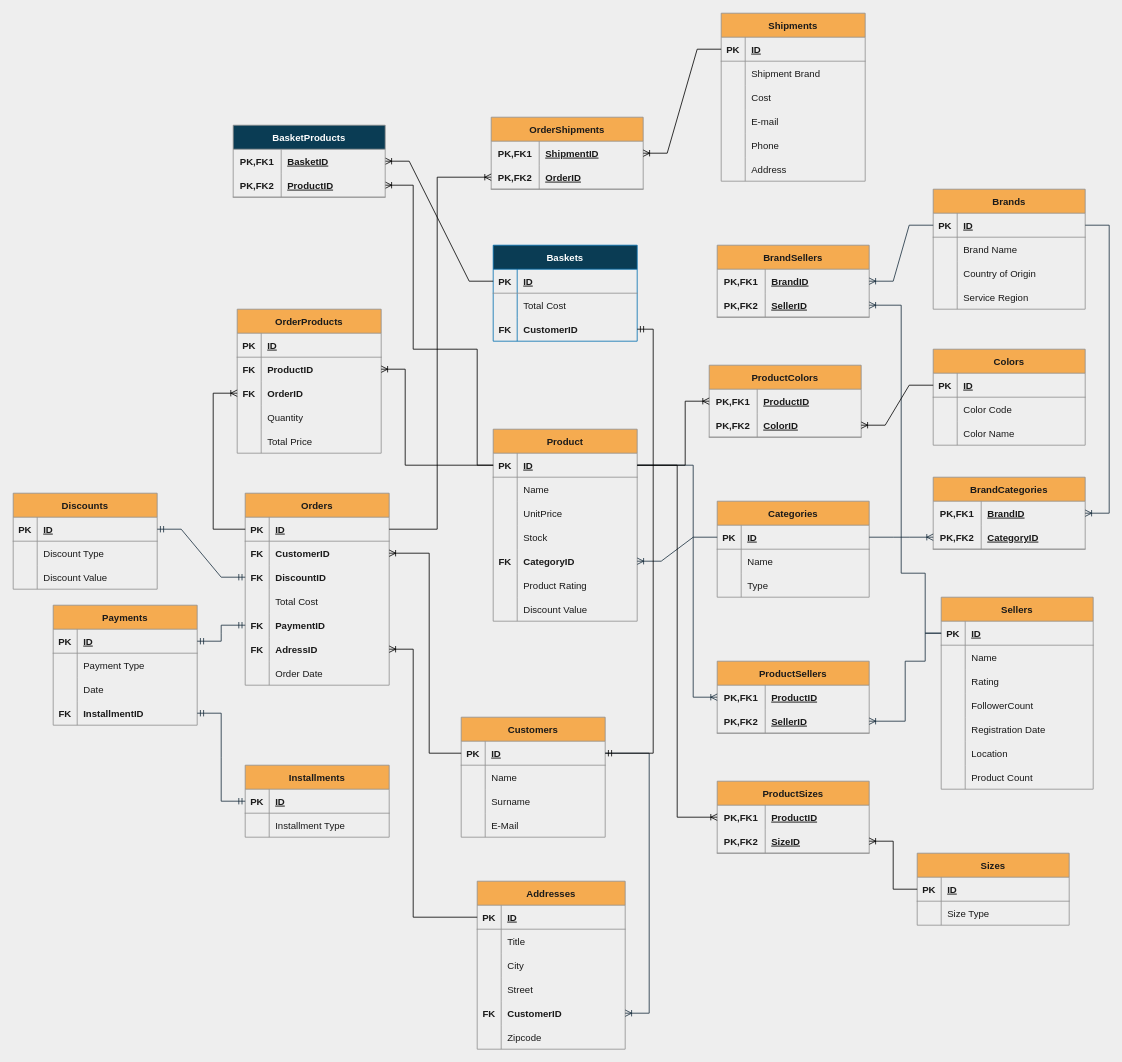
Before: page "Page-1" (1 of 2) of Pair4_ERdiagram.drawio in GGBebe/SQL, a draw.io diagram. Source tidied: cells renumbered, new cells numbered last; positions are measured from the earlier drawing's top-left corner, leaving out a move shared by most shapes. Both pictures are drawn from the tidied source at 80%, with x=0, y=0 at pixel (13, 13).
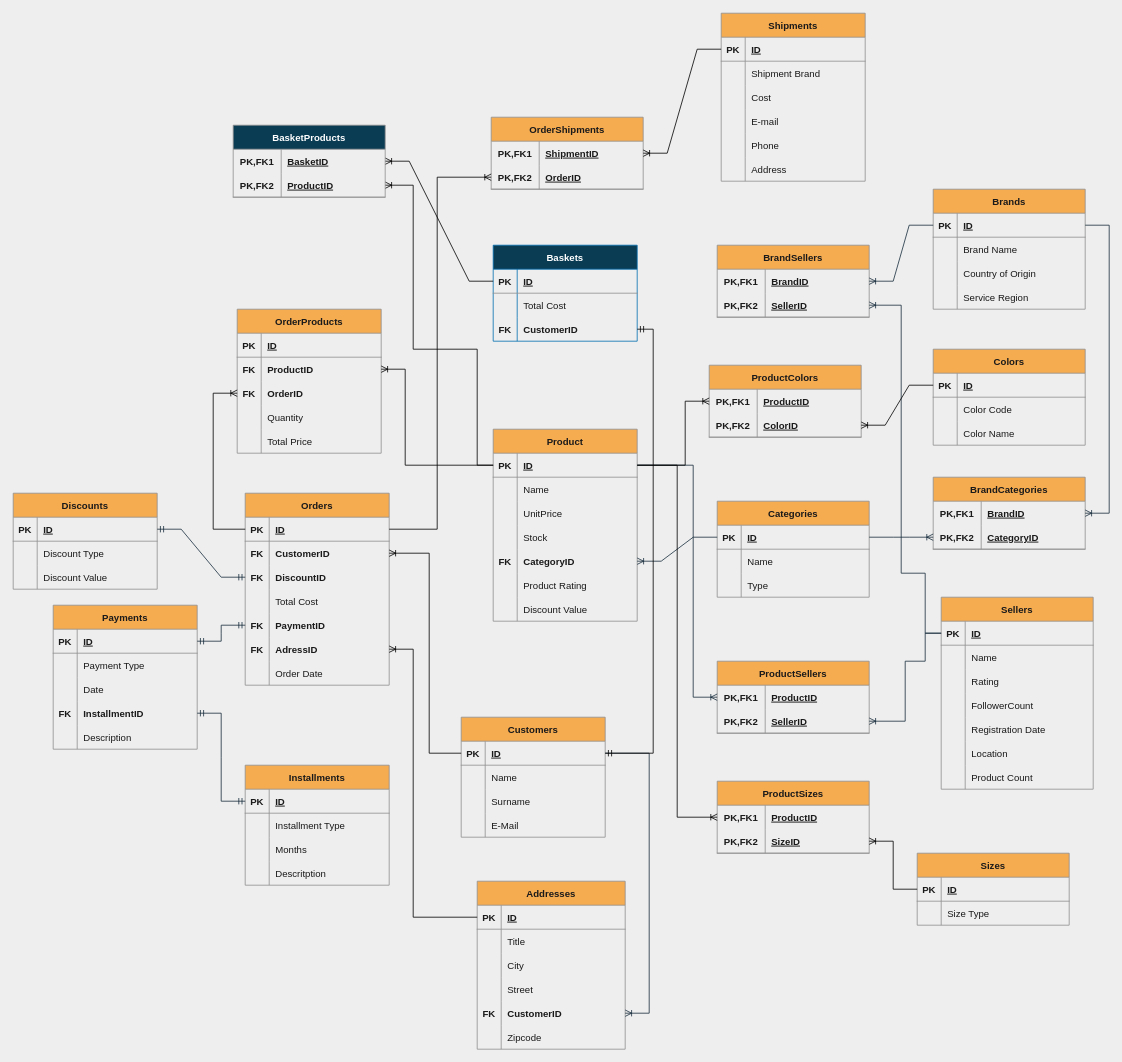
The same diagram, later.

What changed in the source:
```diff
@@
     <mxCell id="181" value="Payments" style="shape=table;startSize=30;childLayout=tableLayout;rowLines=0;fontStyle=1;align=center;fillColor=#F5AB50;strokeColor=#909090;fontColor=#1A1A1A;" parent="1" vertex="1">
-      <mxGeometry x="50" y="740" width="180" height="150" as="geometry" />
+      <mxGeometry x="50" y="740" width="180" height="180" as="geometry" />
     </mxCell>
@@
+    <mxCell id="288" style="shape=tableRow;horizontal=0;startSize=0;swimlaneHead=0;swimlaneBody=0;fillColor=none;top=0;left=0;right=0;bottom=0;strokeColor=#909090;fontColor=#1A1A1A;" parent="181" vertex="1">
+      <mxGeometry y="150" width="180" height="30" as="geometry" />
+    </mxCell>
+    <mxCell id="289" style="shape=partialRectangle;fillColor=none;top=0;left=0;bottom=0;right=0;overflow=hidden;strokeColor=#909090;fontColor=#1A1A1A;" parent="288" vertex="1">
+      <mxGeometry width="30" height="30" as="geometry" />
+    </mxCell>
+    <mxCell id="290" value="Description" style="shape=partialRectangle;fillColor=none;top=0;left=0;bottom=0;right=0;align=left;spacingLeft=6;overflow=hidden;strokeColor=#909090;fontColor=#1A1A1A;" parent="288" vertex="1">
+      <mxGeometry x="30" width="150" height="30" as="geometry" />
+    </mxCell>
@@
     <mxCell id="206" value="Installments" style="shape=table;startSize=30;childLayout=tableLayout;rowLines=0;fontStyle=1;align=center;fillColor=#F5AB50;strokeColor=#909090;fontColor=#1A1A1A;" parent="1" vertex="1">
-      <mxGeometry x="290" y="940" width="180" height="90" as="geometry" />
+      <mxGeometry x="290" y="940" width="180" height="150" as="geometry" />
     </mxCell>
@@
+    <mxCell id="291" style="shape=tableRow;horizontal=0;startSize=0;swimlaneHead=0;swimlaneBody=0;fillColor=none;top=0;left=0;right=0;bottom=0;strokeColor=#909090;fontColor=#1A1A1A;" parent="206" vertex="1">
+      <mxGeometry y="90" width="180" height="30" as="geometry" />
+    </mxCell>
+    <mxCell id="292" style="shape=partialRectangle;fillColor=none;top=0;left=0;bottom=0;right=0;overflow=hidden;strokeColor=#909090;fontColor=#1A1A1A;" parent="291" vertex="1">
+      <mxGeometry width="30" height="30" as="geometry" />
+    </mxCell>
+    <mxCell id="293" value="Months" style="shape=partialRectangle;fillColor=none;top=0;left=0;bottom=0;right=0;align=left;spacingLeft=6;overflow=hidden;strokeColor=#909090;fontColor=#1A1A1A;" parent="291" vertex="1">
+      <mxGeometry x="30" width="150" height="30" as="geometry" />
+    </mxCell>
+    <mxCell id="294" style="shape=tableRow;horizontal=0;startSize=0;swimlaneHead=0;swimlaneBody=0;fillColor=none;top=0;left=0;right=0;bottom=0;strokeColor=#909090;fontColor=#1A1A1A;" parent="206" vertex="1">
+      <mxGeometry y="120" width="180" height="30" as="geometry" />
+    </mxCell>
+    <mxCell id="295" style="shape=partialRectangle;fillColor=none;top=0;left=0;bottom=0;right=0;overflow=hidden;strokeColor=#909090;fontColor=#1A1A1A;" parent="294" vertex="1">
+      <mxGeometry width="30" height="30" as="geometry" />
+    </mxCell>
+    <mxCell id="296" value="Descritption" style="shape=partialRectangle;fillColor=none;top=0;left=0;bottom=0;right=0;align=left;spacingLeft=6;overflow=hidden;strokeColor=#909090;fontColor=#1A1A1A;" parent="294" vertex="1">
+      <mxGeometry x="30" width="150" height="30" as="geometry" />
+    </mxCell>
```
